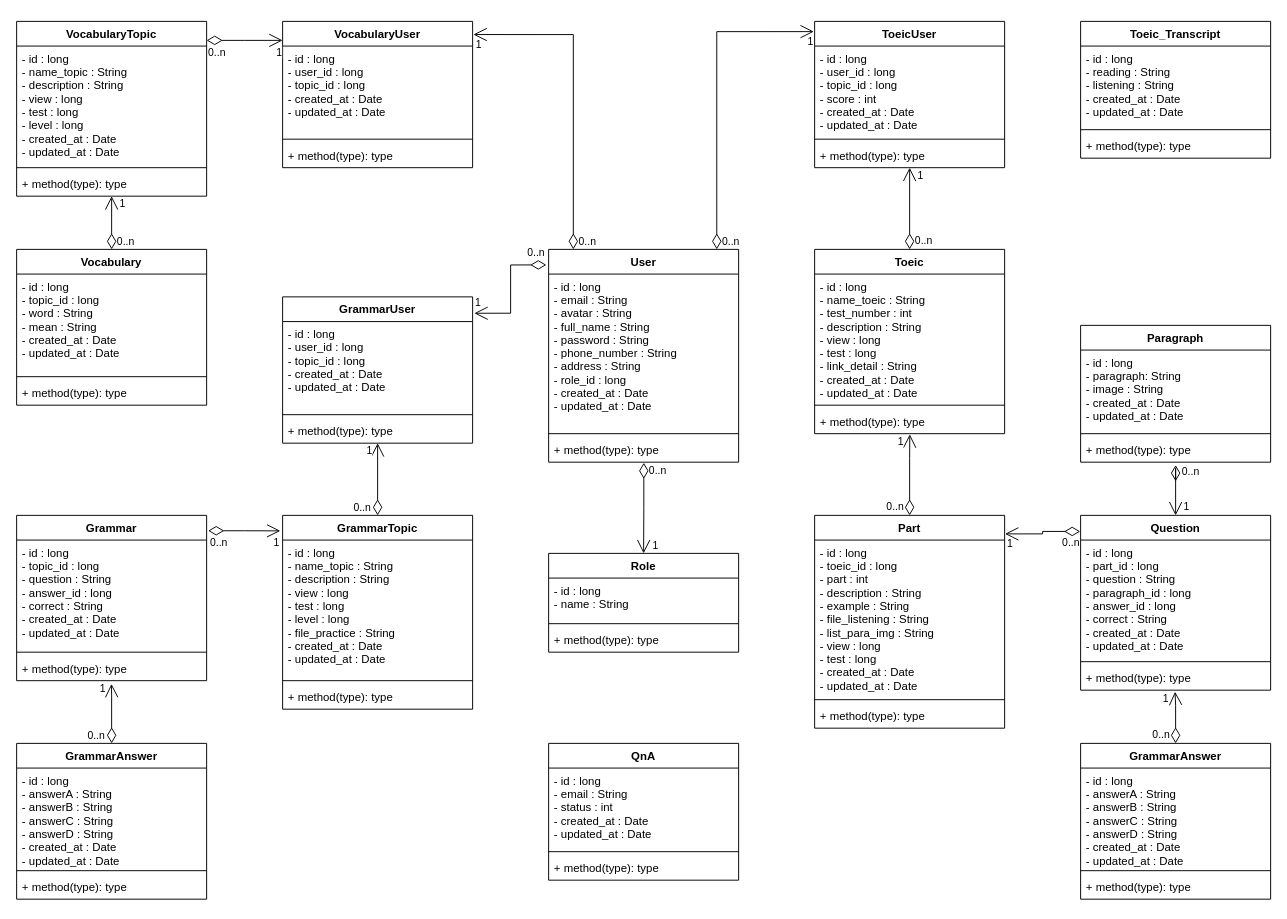
This is page "Class Diagram" (5 of 8) of ToeicTestSystemManagementProjectDiagram.drawio from SangSama/ToeicTestSystemManagementProject, a draw.io file, before an edit. Source tidied: cells renumbered, new cells numbered last; positions are measured from the earlier drawing's top-left corner, leaving out a move shared by most shapes. Both pictures are drawn from the tidied source at 95%, with x=0, y=0 at pixel (16, 21).
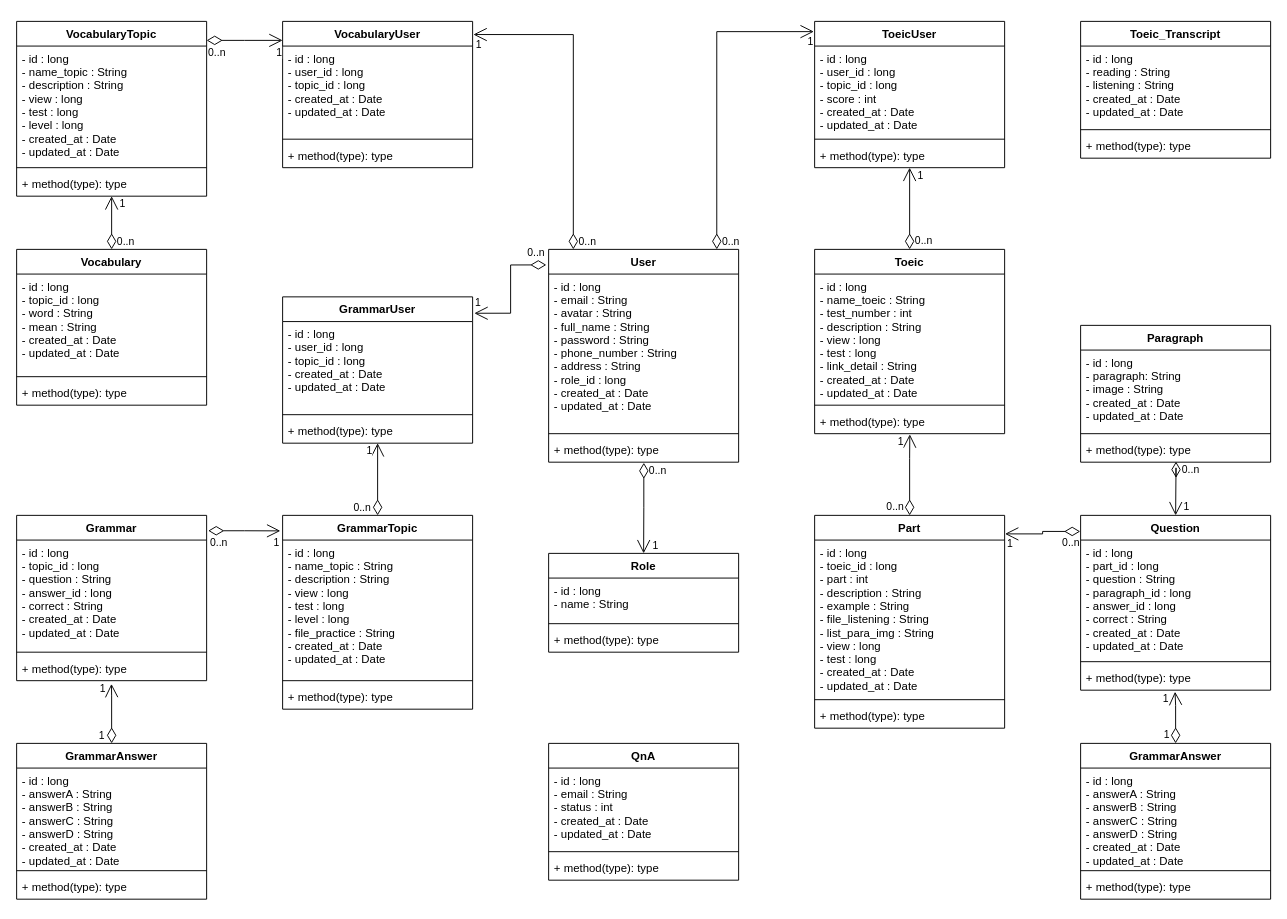
Above is the later version.

The change refers to these unchanged cells:
```xml
<mxCell id="54" value="Question" style="swimlane;fontStyle=1;align=center;verticalAlign=top;horizontal=1;startSize=26;glass=0;" parent="1" vertex="1">
  <mxGeometry x="1120" y="520" width="200" height="184" as="geometry" />
</mxCell>
<mxCell id="89" style="endArrow=open;html=1;endSize=12;startArrow=diamondThin;startSize=14;startFill=0;edgeStyle=orthogonalEdgeStyle;rounded=0;entryX=0.499;entryY=1.13;entryDx=0;entryDy=0;entryPerimeter=0;" parent="1" edge="1" source="85" target="33">
  <mxGeometry x="-0.04" y="-10" relative="1" as="geometry">
    <Array as="points">
      <mxPoint x="100" y="710" />
      <mxPoint x="100" y="710" />
    </Array>
  </mxGeometry>
</mxCell>
<mxCell id="95" value="+ method(type): type" style="text;strokeColor=none;fillColor=none;align=left;verticalAlign=top;spacingLeft=4;spacingRight=4;overflow=hidden;points=[[0,0.5],[1,0.5]];portConstraint=eastwest;" parent="92" vertex="1">
  <mxGeometry y="118" width="200" height="26" as="geometry" />
</mxCell>
<mxCell id="109" style="endArrow=open;html=1;endSize=12;startArrow=diamondThin;startSize=14;startFill=0;edgeStyle=orthogonalEdgeStyle;rounded=0;exitX=0.5;exitY=0;exitDx=0;exitDy=0;entryX=0.497;entryY=1.062;entryDx=0;entryDy=0;entryPerimeter=0;" parent="1" edge="1" source="102" target="57">
  <mxGeometry relative="1" as="geometry">
    <Array as="points">
      <mxPoint x="1220" y="720" />
      <mxPoint x="1219" y="720" />
    </Array>
  </mxGeometry>
</mxCell>
```

Change to the diagram source:
```diff
@@
-    <mxCell id="90" value="0..n" style="edgeLabel;html=1;align=left;verticalAlign=top;" parent="89" vertex="1">
+    <mxCell id="90" value="1" style="edgeLabel;html=1;align=left;verticalAlign=top;" parent="89" vertex="1">
       <mxGeometry x="-1" relative="1" as="geometry">
-        <mxPoint x="-27" y="-21" as="offset" />
+        <mxPoint x="-15" y="-21" as="offset" />
       </mxGeometry>
     </mxCell>
@@
-    <mxCell id="106" style="endArrow=open;html=1;endSize=12;startArrow=diamondThin;startSize=14;startFill=0;edgeStyle=orthogonalEdgeStyle;rounded=0;entryX=0.5;entryY=0;entryDx=0;entryDy=0;exitX=0.5;exitY=1.115;exitDx=0;exitDy=0;exitPerimeter=0;" parent="1" edge="1" source="95" target="54">
+    <mxCell id="106" style="endArrow=open;html=1;endSize=12;startArrow=diamondThin;startSize=14;startFill=0;edgeStyle=orthogonalEdgeStyle;rounded=0;entryX=0.5;entryY=0;entryDx=0;entryDy=0;exitX=0.502;exitY=0.976;exitDx=0;exitDy=0;exitPerimeter=0;" parent="1" edge="1" source="95" target="54">
       <mxGeometry relative="1" as="geometry">
         <Array as="points">
           <mxPoint x="1220" y="470" />
           <mxPoint x="1220" y="470" />
         </Array>
       </mxGeometry>
     </mxCell>
     <mxCell id="107" value="0..n" style="edgeLabel;html=1;align=left;verticalAlign=top;" parent="106" vertex="1">
       <mxGeometry x="-1" relative="1" as="geometry">
-        <mxPoint x="5" y="-6" as="offset" />
+        <mxPoint x="5" y="-4" as="offset" />
       </mxGeometry>
     </mxCell>
@@
-    <mxCell id="110" value="0..n" style="edgeLabel;html=1;align=left;verticalAlign=top;" parent="109" vertex="1">
+    <mxCell id="110" value="1" style="edgeLabel;html=1;align=left;verticalAlign=top;" parent="109" vertex="1">
       <mxGeometry x="-1" relative="1" as="geometry">
-        <mxPoint x="-26" y="-22" as="offset" />
+        <mxPoint x="-14" y="-22" as="offset" />
       </mxGeometry>
     </mxCell>
```
